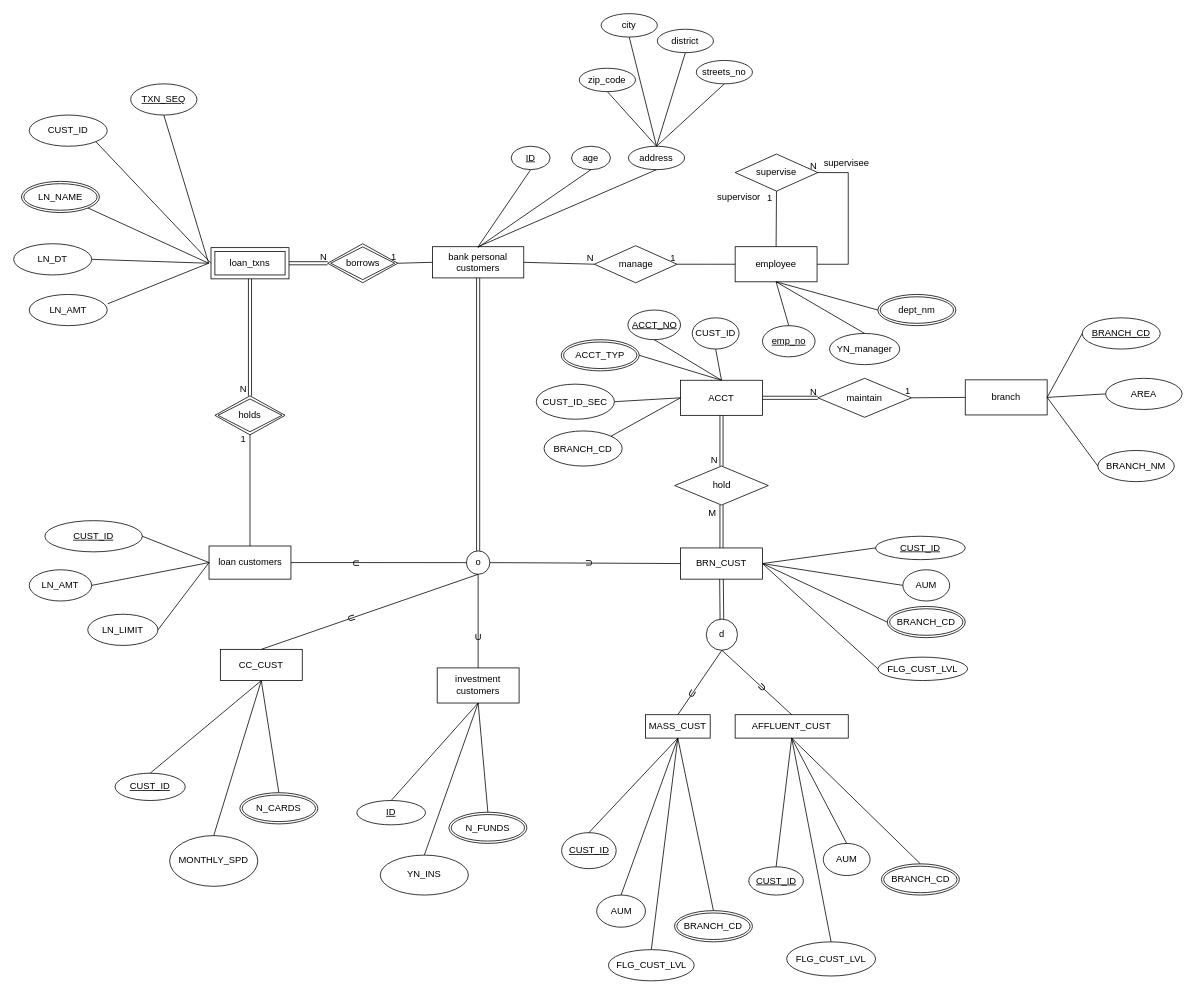
Before: Homeworks/hw2.drawio in qqaazz800624/2023_Database_Systems_SQLtoNoSQL, a draw.io diagram. Source tidied: cells renumbered, new cells numbered last; positions are measured from the earlier drawing's top-left corner, leaving out a move shared by most shapes. Both pictures are drawn from the tidied source at 78%, with x=0, y=0 at pixel (13, 13).
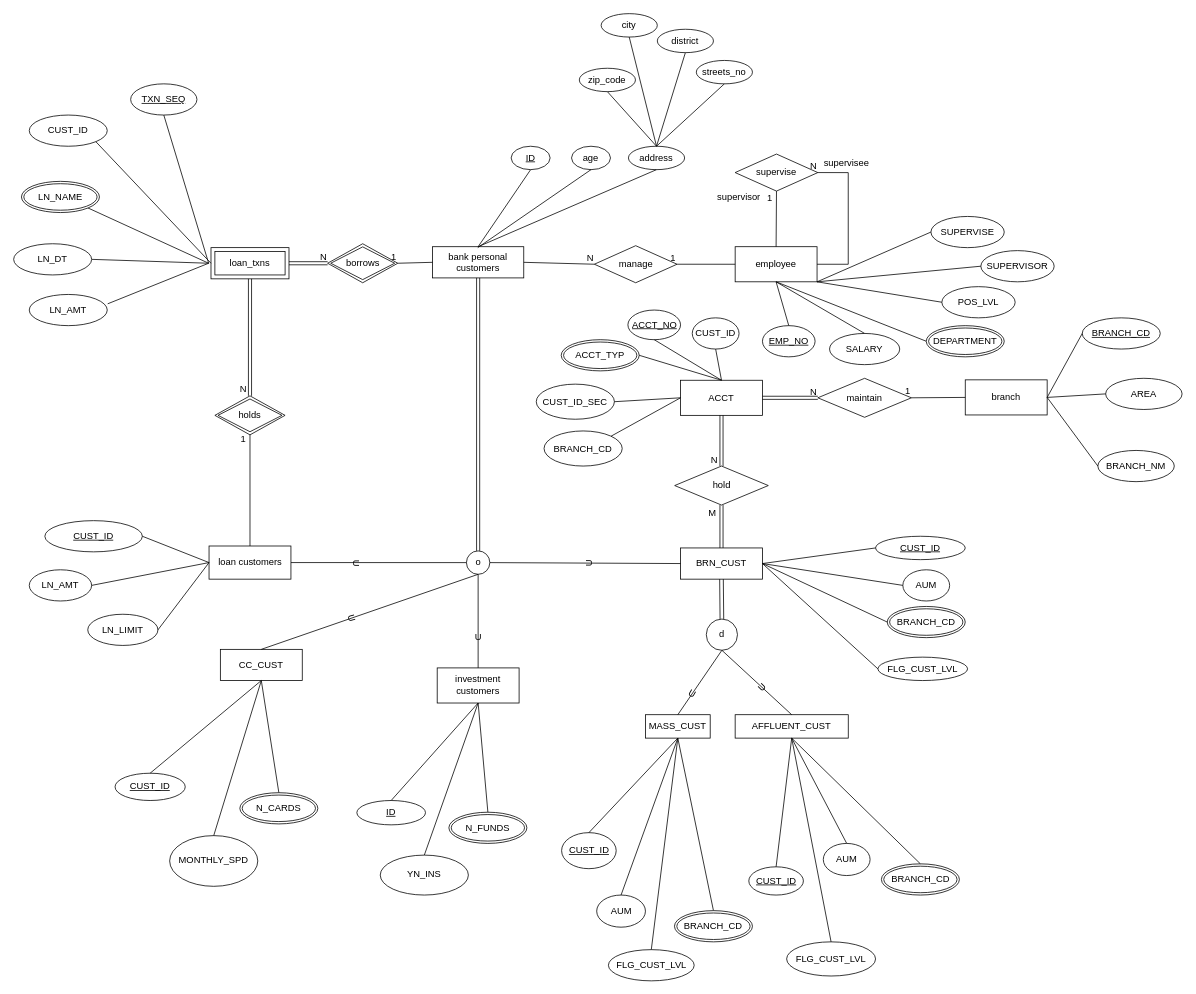
The same diagram, later.

The change refers to these unchanged cells:
```xml
<mxCell id="80" value="employee" style="rounded=0;whiteSpace=wrap;html=1;" parent="1" vertex="1">
  <mxGeometry x="925" y="298.8" width="105" height="45" as="geometry" />
</mxCell>
```

The edit, as a diff of the source:
```diff
@@
-    <mxCell id="127" value="&lt;u&gt;emp_no&lt;/u&gt;" style="ellipse;whiteSpace=wrap;html=1;" parent="1" vertex="1">
+    <mxCell id="127" value="&lt;u&gt;EMP_NO&lt;/u&gt;" style="ellipse;whiteSpace=wrap;html=1;" parent="1" vertex="1">
       <mxGeometry x="960" y="400" width="67.5" height="40" as="geometry" />
     </mxCell>
-    <mxCell id="128" value="YN_manager" style="ellipse;whiteSpace=wrap;html=1;" parent="1" vertex="1">
+    <mxCell id="128" value="SALARY" style="ellipse;whiteSpace=wrap;html=1;" parent="1" vertex="1">
       <mxGeometry x="1046" y="410" width="90" height="40" as="geometry" />
     </mxCell>
@@
-    <mxCell id="132" value="dept_nm" style="ellipse;shape=doubleEllipse;margin=3;whiteSpace=wrap;html=1;align=center;" parent="1" vertex="1">
-      <mxGeometry x="1108" y="360" width="100" height="40" as="geometry" />
+    <mxCell id="132" value="DEPARTMENT" style="ellipse;shape=doubleEllipse;margin=3;whiteSpace=wrap;html=1;align=center;" parent="1" vertex="1">
+      <mxGeometry x="1170" y="400" width="100" height="40" as="geometry" />
     </mxCell>
@@
+    <mxCell id="150" value="POS_LVL" style="ellipse;whiteSpace=wrap;html=1;" parent="1" vertex="1">
+      <mxGeometry x="1190" y="350" width="94" height="40" as="geometry" />
+    </mxCell>
+    <mxCell id="151" value="SUPERVISOR" style="ellipse;whiteSpace=wrap;html=1;" parent="1" vertex="1">
+      <mxGeometry x="1240" y="303.8" width="94" height="40" as="geometry" />
+    </mxCell>
+    <mxCell id="152" value="SUPERVISE" style="ellipse;whiteSpace=wrap;html=1;" parent="1" vertex="1">
+      <mxGeometry x="1176" y="260" width="94" height="40" as="geometry" />
+    </mxCell>
+    <mxCell id="153" style="endArrow=none;html=1;rounded=0;entryX=0;entryY=0.5;entryDx=0;entryDy=0;exitX=1;exitY=1;exitDx=0;exitDy=0;" parent="1" edge="1" source="80" target="152">
+      <mxGeometry relative="1" as="geometry" />
+    </mxCell>
+    <mxCell id="154" style="endArrow=none;html=1;rounded=0;entryX=0;entryY=0.5;entryDx=0;entryDy=0;exitX=1;exitY=1;exitDx=0;exitDy=0;" parent="1" edge="1" source="80" target="151">
+      <mxGeometry relative="1" as="geometry" />
+    </mxCell>
+    <mxCell id="155" style="endArrow=none;html=1;rounded=0;entryX=0;entryY=0.5;entryDx=0;entryDy=0;exitX=1;exitY=1;exitDx=0;exitDy=0;" parent="1" edge="1" source="80" target="150">
+      <mxGeometry relative="1" as="geometry" />
+    </mxCell>
```
